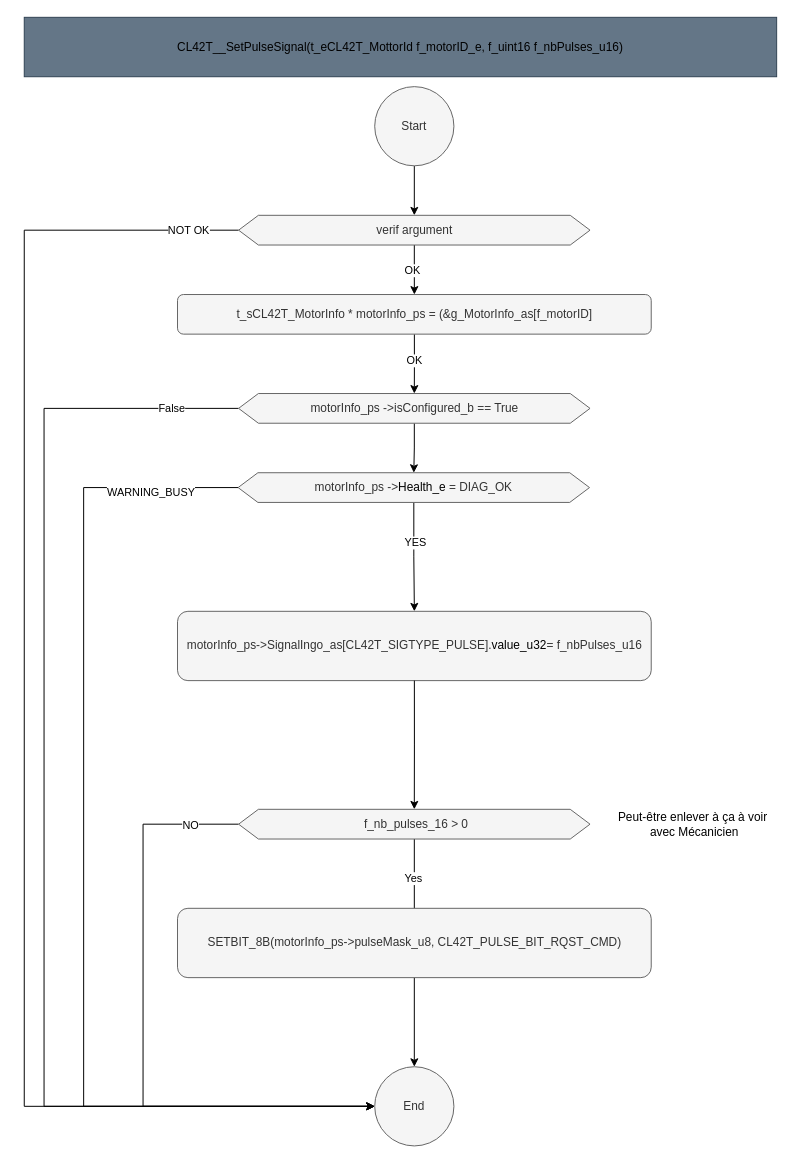
This is page "SetPulseSignal" (10 of 21) of src/2_DRV/Motor/CL42T/Doc/Design/CL42T_Architecture.drawio from mbarbeau0545/PickersRobotPOC, a draw.io file, before an edit. Source tidied: cells renumbered, new cells numbered last; positions are measured from the earlier drawing's top-left corner, leaving out a move shared by most shapes. Both pictures are drawn from the tidied source at 99%, with x=0, y=0 at pixel (24, 17).
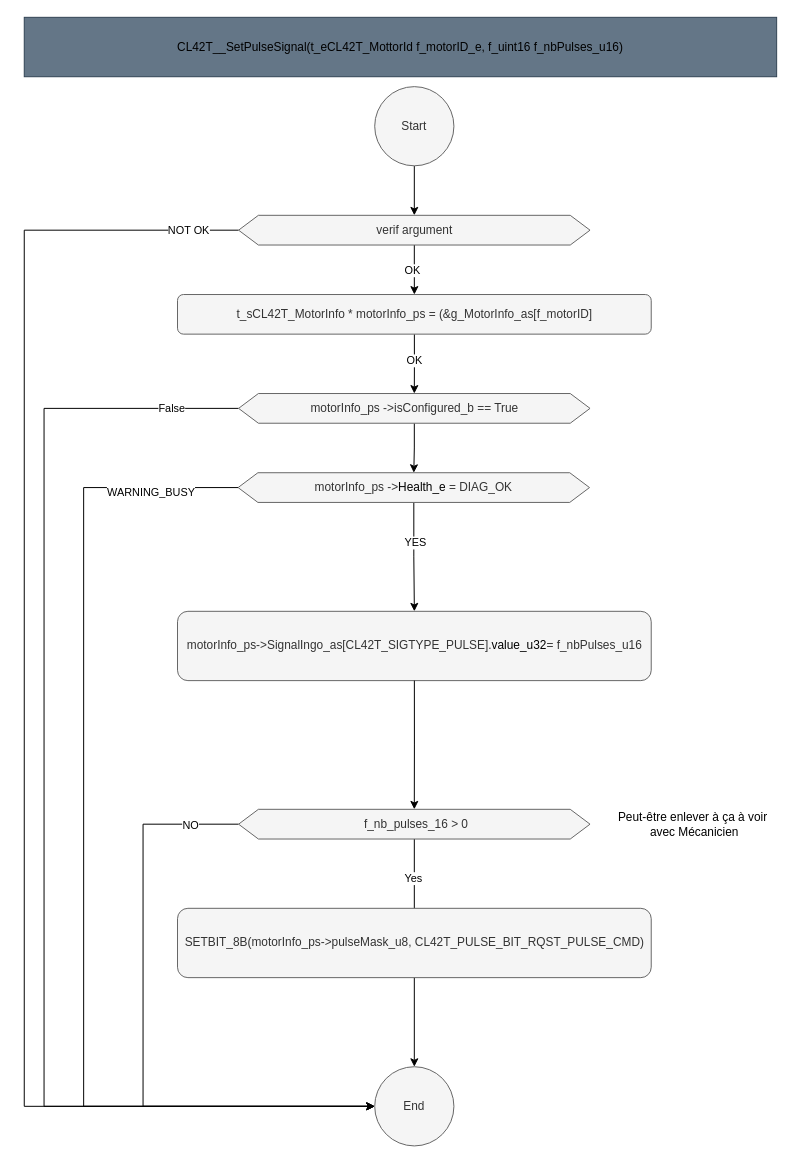
Above is the later version.

Change to the diagram source:
```diff
@@
-    <mxCell id="25" value="SETBIT_8B(motorInfo_ps-&amp;gt;pulseMask_u8, CL42T_PULSE_BIT_RQST_CMD)" style="rounded=1;whiteSpace=wrap;html=1;fillColor=#f5f5f5;fontColor=#333333;strokeColor=#666666;" parent="1" vertex="1">
+    <mxCell id="25" value="SETBIT_8B(motorInfo_ps-&amp;gt;pulseMask_u8, CL42T_PULSE_BIT_RQST_PULSE_CMD)" style="rounded=1;whiteSpace=wrap;html=1;fillColor=#f5f5f5;fontColor=#333333;strokeColor=#666666;" parent="1" vertex="1">
       <mxGeometry x="154.8" y="900" width="478.5" height="70" as="geometry" />
     </mxCell>
```
